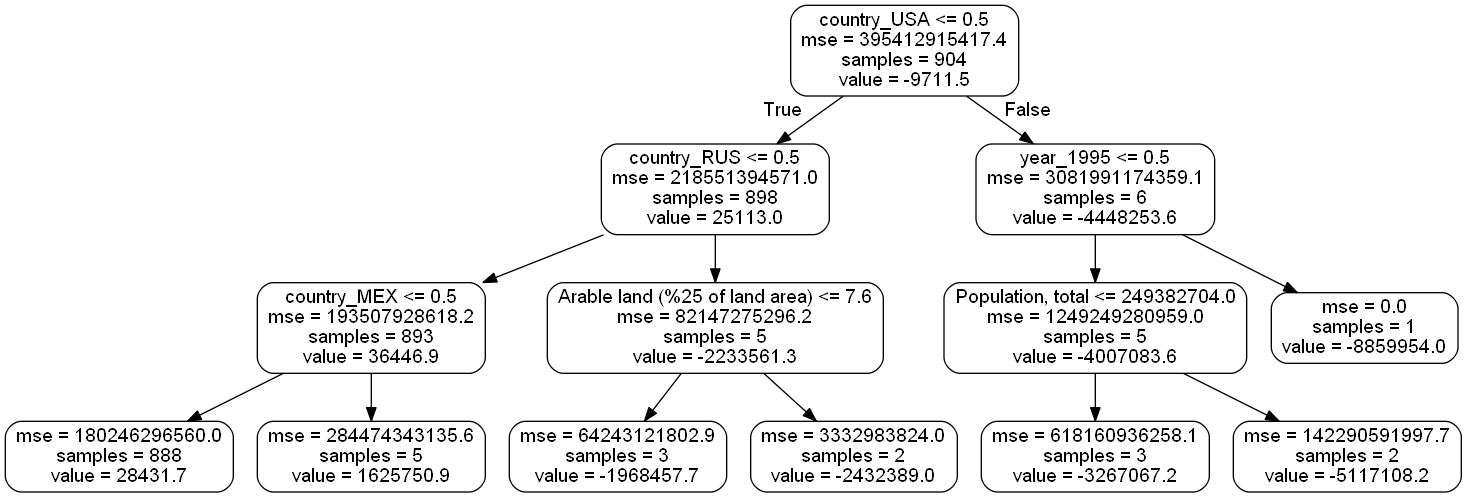
Multinational-Minds/BDA keeps this Graphviz diagram as small_tree.png. Above is the earlier version. Its source is kept beside it as small_tree.dot.
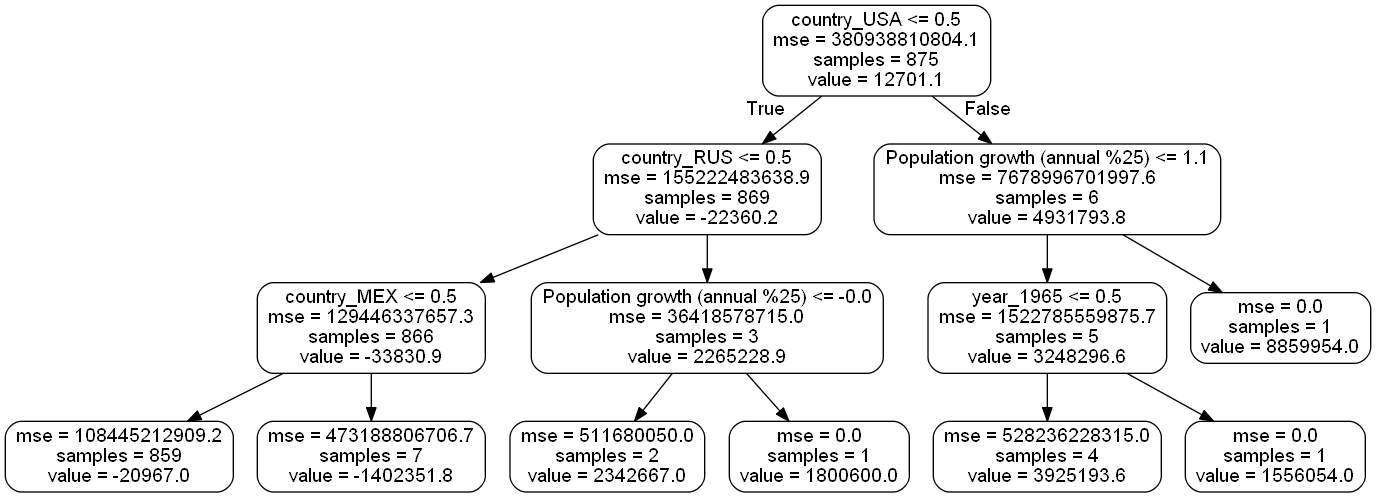
After the commit.

Change to the diagram source:
```diff
@@ -1,29 +1,29 @@
 digraph Tree {
 node [shape=box, style="rounded", color="black", fontname=helvetica] ;
 edge [fontname=helvetica] ;
-0 [label="country_USA <= 0.5\nmse = 395412915417.4\nsamples = 904\nvalue = -9711.5"] ;
-1 [label="country_RUS <= 0.5\nmse = 218551394571.0\nsamples = 898\nvalue = 25113.0"] ;
+0 [label="country_USA <= 0.5\nmse = 380938810804.1\nsamples = 875\nvalue = 12701.1"] ;
+1 [label="country_RUS <= 0.5\nmse = 155222483638.9\nsamples = 869\nvalue = -22360.2"] ;
 0 -> 1 [labeldistance=2.5, labelangle=45, headlabel="True"] ;
-2 [label="country_MEX <= 0.5\nmse = 193507928618.2\nsamples = 893\nvalue = 36446.9"] ;
+2 [label="country_MEX <= 0.5\nmse = 129446337657.3\nsamples = 866\nvalue = -33830.9"] ;
 1 -> 2 ;
-3 [label="mse = 180246296560.0\nsamples = 888\nvalue = 28431.7"] ;
+3 [label="mse = 108445212909.2\nsamples = 859\nvalue = -20967.0"] ;
 2 -> 3 ;
-4 [label="mse = 284474343135.6\nsamples = 5\nvalue = 1625750.9"] ;
+4 [label="mse = 473188806706.7\nsamples = 7\nvalue = -1402351.8"] ;
 2 -> 4 ;
-5 [label="Arable land (%25 of land area) <= 7.6\nmse = 82147275296.2\nsamples = 5\nvalue = -2233561.3"] ;
+5 [label="Population growth (annual %25) <= -0.0\nmse = 36418578715.0\nsamples = 3\nvalue = 2265228.9"] ;
 1 -> 5 ;
-6 [label="mse = 64243121802.9\nsamples = 3\nvalue = -1968457.7"] ;
+6 [label="mse = 511680050.0\nsamples = 2\nvalue = 2342667.0"] ;
 5 -> 6 ;
-7 [label="mse = 3332983824.0\nsamples = 2\nvalue = -2432389.0"] ;
+7 [label="mse = 0.0\nsamples = 1\nvalue = 1800600.0"] ;
 5 -> 7 ;
-8 [label="year_1995 <= 0.5\nmse = 3081991174359.1\nsamples = 6\nvalue = -4448253.6"] ;
+8 [label="Population growth (annual %25) <= 1.1\nmse = 7678996701997.6\nsamples = 6\nvalue = 4931793.8"] ;
 0 -> 8 [labeldistance=2.5, labelangle=-45, headlabel="False"] ;
-9 [label="Population, total <= 249382704.0\nmse = 1249249280959.0\nsamples = 5\nvalue = -4007083.6"] ;
+9 [label="year_1965 <= 0.5\nmse = 1522785559875.7\nsamples = 5\nvalue = 3248296.6"] ;
 8 -> 9 ;
-10 [label="mse = 618160936258.1\nsamples = 3\nvalue = -3267067.2"] ;
+10 [label="mse = 528236228315.0\nsamples = 4\nvalue = 3925193.6"] ;
 9 -> 10 ;
-11 [label="mse = 142290591997.7\nsamples = 2\nvalue = -5117108.2"] ;
+11 [label="mse = 0.0\nsamples = 1\nvalue = 1556054.0"] ;
 9 -> 11 ;
-12 [label="mse = 0.0\nsamples = 1\nvalue = -8859954.0"] ;
+12 [label="mse = 0.0\nsamples = 1\nvalue = 8859954.0"] ;
 8 -> 12 ;
 }
```
